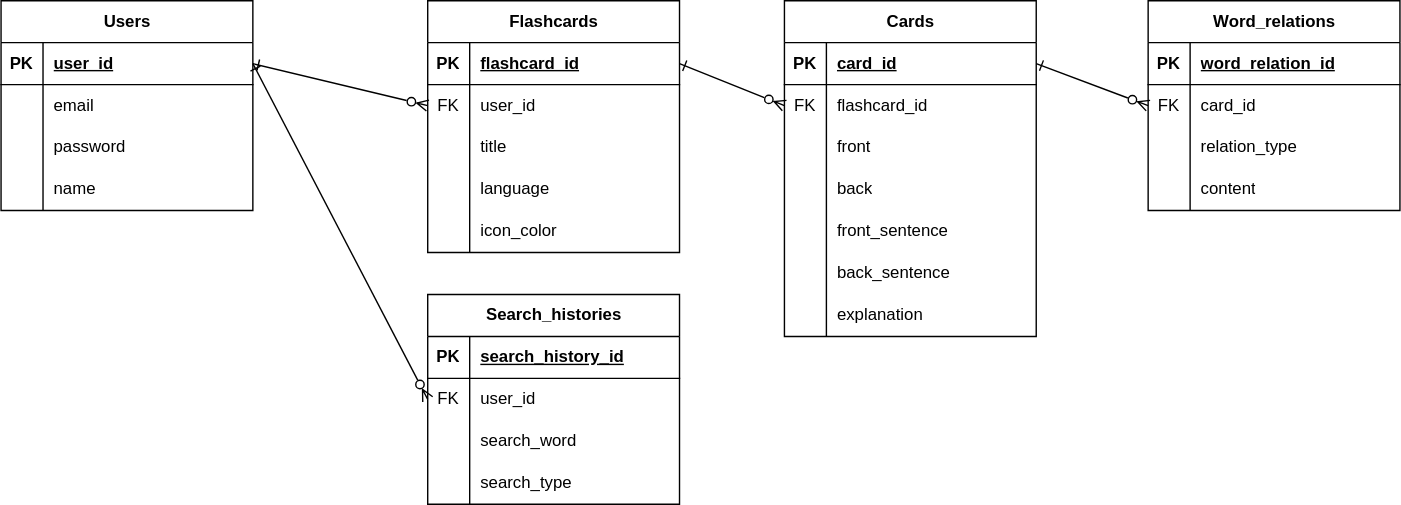
Above: docs/ER_diagram.drawio.svg in gacky86/sugutan_backend (draw.io), before the change. Source tidied: cells renumbered, new cells last; positions are measured from the earlier drawing's top-left corner, leaving out a move shared by most shapes.
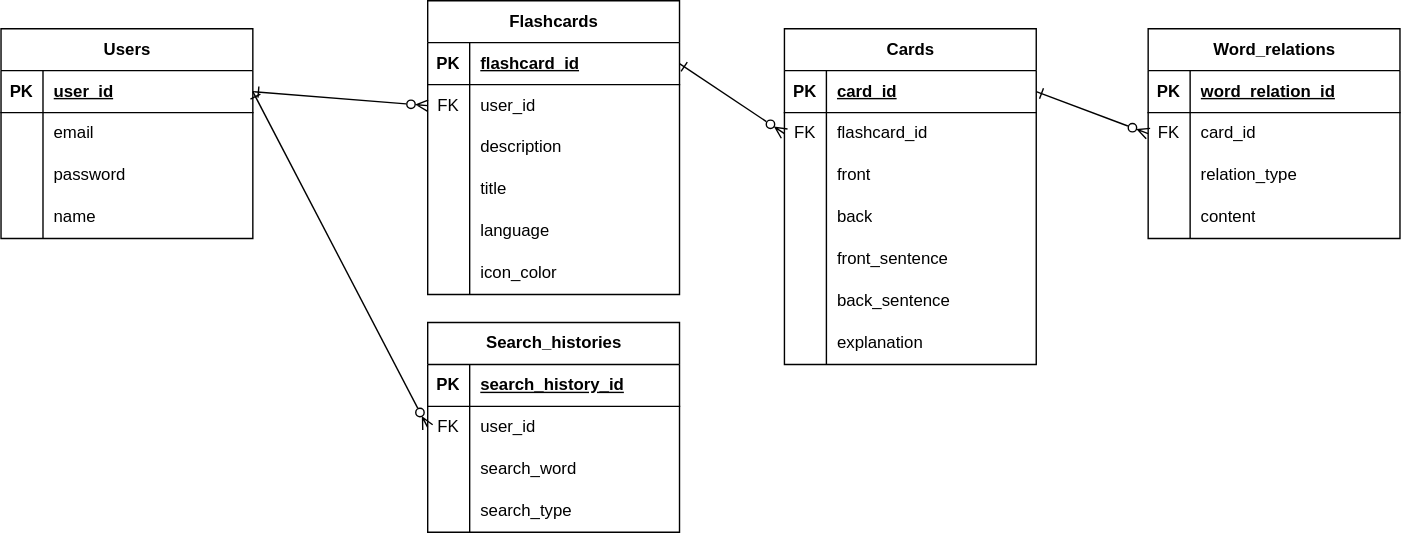
Above is the later version.

Diff of the diagram source:
```diff
@@ -42,7 +42,7 @@
       <mxGeometry x="30" width="150" height="30" as="geometry" />
     </mxCell>
     <mxCell id="15" value="Flashcards" style="shape=table;startSize=30;rowLines=0;fontStyle=1;align=center;html=1;" parent="1" vertex="1">
-      <mxGeometry x="305" width="180" height="180" as="geometry" />
+      <mxGeometry x="305" y="-20" width="180" height="210" as="geometry" />
     </mxCell>
     <mxCell id="16" style="shape=tableRow;horizontal=0;startSize=0;swimlaneHead=0;swimlaneBody=0;fillColor=none;points=[[0,0.5],[1,0.5]];portConstraint=eastwest;top=0;left=0;right=0;bottom=1;" parent="15" vertex="1">
       <mxGeometry y="30" width="180" height="30" as="geometry" />
@@ -62,8 +62,17 @@
     <mxCell id="21" value="user_id" style="shape=partialRectangle;fillColor=none;top=0;left=0;bottom=0;right=0;align=left;spacingLeft=6;overflow=hidden;whiteSpace=wrap;html=1;" parent="19" vertex="1">
       <mxGeometry x="30" width="150" height="30" as="geometry" />
     </mxCell>
+    <mxCell id="84" style="shape=tableRow;horizontal=0;startSize=0;swimlaneHead=0;swimlaneBody=0;fillColor=none;top=0;left=0;right=0;bottom=0;" parent="15" vertex="1">
+      <mxGeometry y="90" width="180" height="30" as="geometry" />
+    </mxCell>
+    <mxCell id="85" style="shape=partialRectangle;fillColor=none;top=0;left=0;bottom=0;right=0;overflow=hidden;whiteSpace=wrap;html=1;" parent="84" vertex="1">
+      <mxGeometry width="30" height="30" as="geometry" />
+    </mxCell>
+    <mxCell id="86" value="description" style="shape=partialRectangle;fillColor=none;top=0;left=0;bottom=0;right=0;align=left;spacingLeft=6;overflow=hidden;whiteSpace=wrap;html=1;" parent="84" vertex="1">
+      <mxGeometry x="30" width="150" height="30" as="geometry" />
+    </mxCell>
     <mxCell id="22" style="shape=tableRow;horizontal=0;startSize=0;swimlaneHead=0;swimlaneBody=0;fillColor=none;top=0;left=0;right=0;bottom=0;" parent="15" vertex="1">
-      <mxGeometry y="90" width="180" height="30" as="geometry" />
+      <mxGeometry y="120" width="180" height="30" as="geometry" />
     </mxCell>
     <mxCell id="23" style="shape=partialRectangle;fillColor=none;top=0;left=0;bottom=0;right=0;overflow=hidden;whiteSpace=wrap;html=1;" parent="22" vertex="1">
       <mxGeometry width="30" height="30" as="geometry" />
@@ -72,7 +81,7 @@
       <mxGeometry x="30" width="150" height="30" as="geometry" />
     </mxCell>
     <mxCell id="25" style="shape=tableRow;horizontal=0;startSize=0;swimlaneHead=0;swimlaneBody=0;fillColor=none;top=0;left=0;right=0;bottom=0;" parent="15" vertex="1">
-      <mxGeometry y="120" width="180" height="30" as="geometry" />
+      <mxGeometry y="150" width="180" height="30" as="geometry" />
     </mxCell>
     <mxCell id="26" style="shape=partialRectangle;fillColor=none;top=0;left=0;bottom=0;right=0;overflow=hidden;whiteSpace=wrap;html=1;" parent="25" vertex="1">
       <mxGeometry width="30" height="30" as="geometry" />
@@ -81,7 +90,7 @@
       <mxGeometry x="30" width="150" height="30" as="geometry" />
     </mxCell>
     <mxCell id="28" style="shape=tableRow;horizontal=0;startSize=0;swimlaneHead=0;swimlaneBody=0;fillColor=none;top=0;left=0;right=0;bottom=0;" parent="15" vertex="1">
-      <mxGeometry y="150" width="180" height="30" as="geometry" />
+      <mxGeometry y="180" width="180" height="30" as="geometry" />
     </mxCell>
     <mxCell id="29" style="shape=partialRectangle;fillColor=none;top=0;left=0;bottom=0;right=0;overflow=hidden;whiteSpace=wrap;html=1;" parent="28" vertex="1">
       <mxGeometry width="30" height="30" as="geometry" />
```
